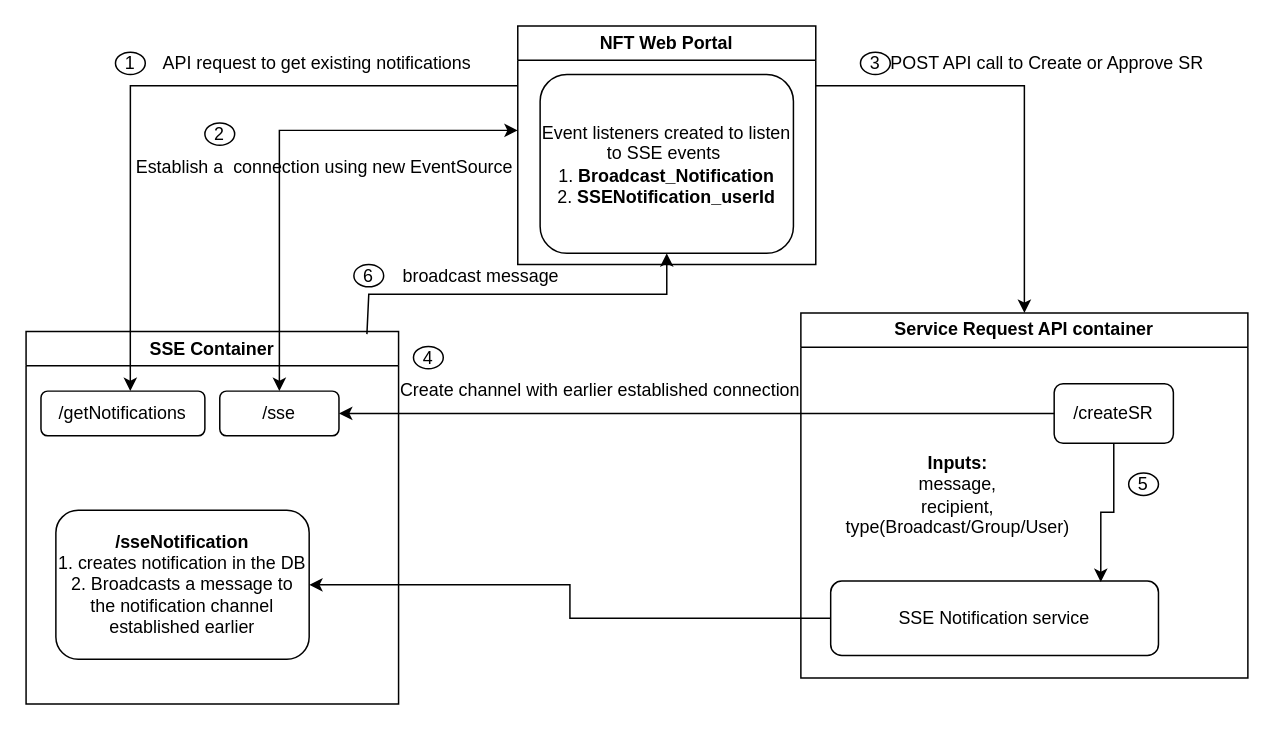
This is page "Page-6" (6 of 6) of Untitled Diagram.drawio from janmejayshah11/FirstRepo, a draw.io file, before an edit. Source tidied: cells renumbered, new cells numbered last; positions are measured from the earlier drawing's top-left corner, leaving out a move shared by most shapes. Both pictures are drawn from the tidied source at 149%, with x=0, y=0 at pixel (25, 25).
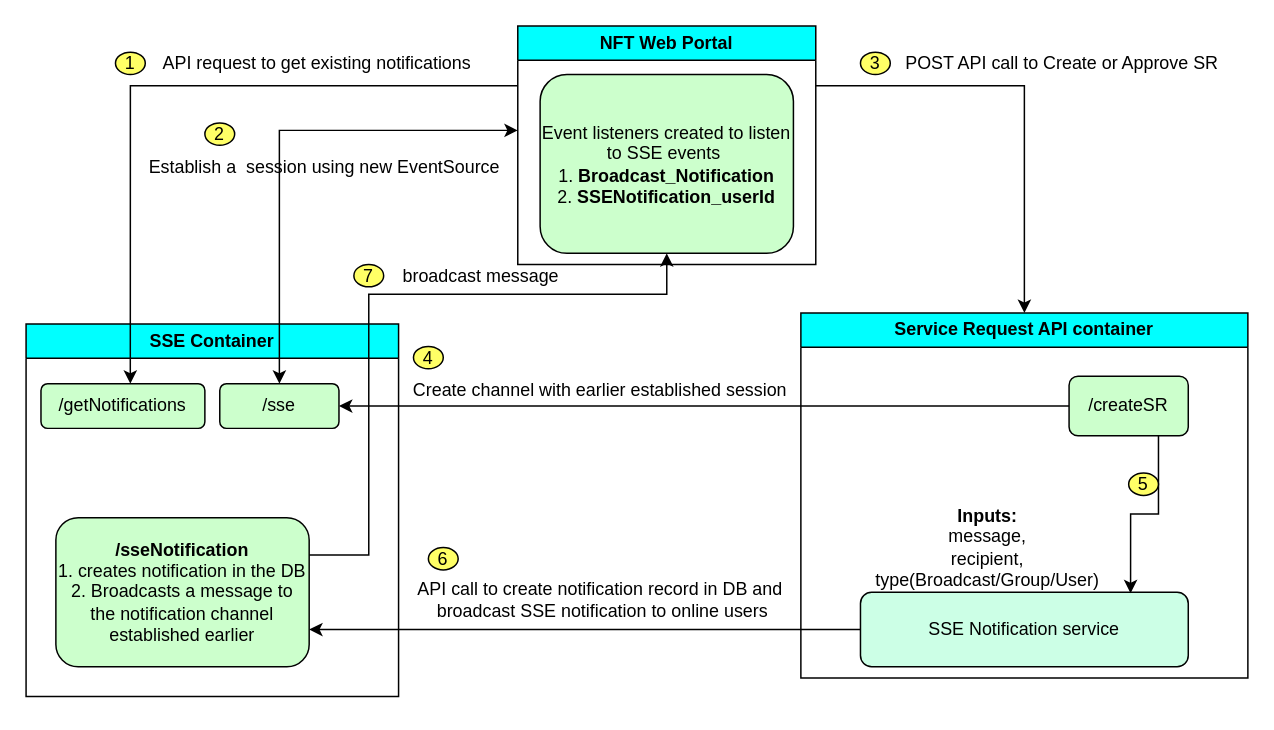
The same page after the edit.

The edit, as a diff of the source:
```diff
@@
-    <mxCell id="2" value="NFT Web Portal" style="swimlane;whiteSpace=wrap;html=1;" parent="1" vertex="1">
+    <mxCell id="2" value="NFT Web Portal" style="swimlane;whiteSpace=wrap;html=1;fillColor=#00FFFF;" parent="1" vertex="1">
       <mxGeometry x="330" width="200" height="160" as="geometry" />
     </mxCell>
-    <mxCell id="3" value="Event listeners created to listen to SSE events&amp;nbsp;&lt;br&gt;1. &lt;b&gt;Broadcast_Notification&lt;/b&gt;&lt;br&gt;2. &lt;b&gt;SSENotification_userId&lt;/b&gt;" style="rounded=1;whiteSpace=wrap;html=1;" parent="2" vertex="1">
+    <mxCell id="3" value="Event listeners created to listen to SSE events&amp;nbsp;&lt;br&gt;1. &lt;b&gt;Broadcast_Notification&lt;/b&gt;&lt;br&gt;2. &lt;b&gt;SSENotification_userId&lt;/b&gt;" style="rounded=1;whiteSpace=wrap;html=1;fillColor=#CCFFCC;" parent="2" vertex="1">
       <mxGeometry x="15" y="32.5" width="170" height="120" as="geometry" />
     </mxCell>
-    <mxCell id="4" value="SSE Container" style="swimlane;whiteSpace=wrap;html=1;" parent="1" vertex="1">
-      <mxGeometry y="205" width="250" height="250" as="geometry" />
+    <mxCell id="4" value="SSE Container" style="swimlane;whiteSpace=wrap;html=1;fillColor=#00FFFF;" parent="1" vertex="1">
+      <mxGeometry y="200" width="250" height="250" as="geometry" />
     </mxCell>
-    <mxCell id="5" value="/getNotifications" style="rounded=1;whiteSpace=wrap;html=1;" parent="4" vertex="1">
+    <mxCell id="5" value="/getNotifications" style="rounded=1;whiteSpace=wrap;html=1;fillColor=#CCFFCC;" parent="4" vertex="1">
       <mxGeometry x="10" y="40" width="110" height="30" as="geometry" />
     </mxCell>
-    <mxCell id="6" value="/sse" style="rounded=1;whiteSpace=wrap;html=1;" parent="4" vertex="1">
+    <mxCell id="6" value="/sse" style="rounded=1;whiteSpace=wrap;html=1;fillColor=#CCFFCC;" parent="4" vertex="1">
       <mxGeometry x="130" y="40" width="80" height="30" as="geometry" />
     </mxCell>
-    <mxCell id="7" value="&lt;b&gt;/sseNotification&lt;/b&gt;&lt;br&gt;1. creates notification in the DB&lt;br&gt;2. Broadcasts a message to the notification channel established earlier" style="rounded=1;whiteSpace=wrap;html=1;" parent="4" vertex="1">
-      <mxGeometry x="20" y="120" width="170" height="100" as="geometry" />
+    <mxCell id="7" value="&lt;b&gt;/sseNotification&lt;/b&gt;&lt;br&gt;1. creates notification in the DB&lt;br&gt;2. Broadcasts a message to the notification channel established earlier" style="rounded=1;whiteSpace=wrap;html=1;fillColor=#CCFFCC;" parent="4" vertex="1">
+      <mxGeometry x="20" y="130" width="170" height="100" as="geometry" />
     </mxCell>
-    <mxCell id="8" value="Service Request API container" style="swimlane;whiteSpace=wrap;html=1;" parent="1" vertex="1">
+    <mxCell id="8" value="Service Request API container" style="swimlane;whiteSpace=wrap;html=1;fillColor=#00FFFF;" parent="1" vertex="1">
       <mxGeometry x="520" y="192.5" width="300" height="245" as="geometry" />
     </mxCell>
-    <mxCell id="9" value="SSE Notification service" style="rounded=1;whiteSpace=wrap;html=1;" parent="8" vertex="1">
-      <mxGeometry x="20" y="180" width="220" height="50" as="geometry" />
+    <mxCell id="9" value="SSE Notification service" style="rounded=1;whiteSpace=wrap;html=1;fillColor=#CCFFE6;" parent="8" vertex="1">
+      <mxGeometry x="40" y="187.5" width="220" height="50" as="geometry" />
     </mxCell>
-    <mxCell id="10" style="edgeStyle=orthogonalEdgeStyle;rounded=0;jettySize=auto;html=1;exitX=0.5;exitY=1;exitDx=0;exitDy=0;entryX=0.824;entryY=0.013;entryDx=0;entryDy=0;entryPerimeter=0;" parent="8" edge="1" source="11" target="9">
+    <mxCell id="10" style="edgeStyle=orthogonalEdgeStyle;rounded=0;jettySize=auto;html=1;exitX=0.75;exitY=1;exitDx=0;exitDy=0;entryX=0.824;entryY=0.013;entryDx=0;entryDy=0;entryPerimeter=0;" parent="8" edge="1" source="11" target="9">
       <mxGeometry relative="1" as="geometry" />
     </mxCell>
-    <mxCell id="11" value="/createSR" style="rounded=1;whiteSpace=wrap;html=1;" parent="8" vertex="1">
-      <mxGeometry x="170" y="47.5" width="80" height="40" as="geometry" />
+    <mxCell id="11" value="/createSR" style="rounded=1;whiteSpace=wrap;html=1;fillColor=#CCFFCC;" parent="8" vertex="1">
+      <mxGeometry x="180" y="42.5" width="80" height="40" as="geometry" />
     </mxCell>
     <mxCell id="12" value="&lt;b&gt;Inputs:&lt;/b&gt;&lt;br&gt;message,&lt;br&gt;recipient,&lt;br&gt;type(Broadcast/Group/User)" style="text;html=1;align=center;verticalAlign=middle;strokeColor=none;fillColor=none;" parent="8" vertex="1">
-      <mxGeometry x="20" y="87.5" width="170" height="70" as="geometry" />
+      <mxGeometry x="40" y="122.5" width="170" height="70" as="geometry" />
     </mxCell>
-    <mxCell id="13" value="5" style="ellipse;whiteSpace=wrap;html=1;" parent="8" vertex="1">
+    <mxCell id="13" value="5" style="ellipse;whiteSpace=wrap;html=1;fillColor=#FFFF66;" parent="8" vertex="1">
       <mxGeometry x="220" y="107.5" width="20" height="15" as="geometry" />
     </mxCell>
@@
-    <mxCell id="15" value="1" style="ellipse;whiteSpace=wrap;html=1;" parent="1" vertex="1">
+    <mxCell id="15" value="1" style="ellipse;whiteSpace=wrap;html=1;fillColor=#FFFF66;" parent="1" vertex="1">
       <mxGeometry x="60" y="17.5" width="20" height="15" as="geometry" />
     </mxCell>
@@
-    <mxCell id="18" value="2" style="ellipse;whiteSpace=wrap;html=1;" parent="1" vertex="1">
+    <mxCell id="18" value="2" style="ellipse;whiteSpace=wrap;html=1;fillColor=#FFFF66;" parent="1" vertex="1">
       <mxGeometry x="120" y="65" width="20" height="15" as="geometry" />
     </mxCell>
-    <mxCell id="19" value="Establish a&amp;nbsp; connection using new EventSource" style="text;html=1;align=center;verticalAlign=middle;strokeColor=none;fillColor=none;" parent="1" vertex="1">
-      <mxGeometry x="60" y="80" width="280" height="30" as="geometry" />
+    <mxCell id="19" value="Establish a&amp;nbsp; session using new EventSource" style="text;html=1;align=center;verticalAlign=middle;strokeColor=none;fillColor=none;" parent="1" vertex="1">
+      <mxGeometry x="70" y="80" width="260" height="30" as="geometry" />
     </mxCell>
@@
-    <mxCell id="21" value="3" style="ellipse;whiteSpace=wrap;html=1;" parent="1" vertex="1">
+    <mxCell id="21" value="3" style="ellipse;whiteSpace=wrap;html=1;fillColor=#FFFF66;" parent="1" vertex="1">
       <mxGeometry x="560" y="17.5" width="20" height="15" as="geometry" />
     </mxCell>
     <mxCell id="22" value="POST API call to Create or Approve SR" style="text;html=1;align=center;verticalAlign=middle;strokeColor=none;fillColor=none;" parent="1" vertex="1">
-      <mxGeometry x="570" y="10" width="230" height="30" as="geometry" />
+      <mxGeometry x="580" y="10" width="230" height="30" as="geometry" />
     </mxCell>
@@
-    <mxCell id="24" value="Create channel with earlier established connection" style="text;html=1;align=center;verticalAlign=middle;strokeColor=none;fillColor=none;" parent="1" vertex="1">
-      <mxGeometry x="240" y="230" width="290" height="30" as="geometry" />
+    <mxCell id="24" value="Create channel with earlier established session" style="text;html=1;align=center;verticalAlign=middle;strokeColor=none;fillColor=none;" parent="1" vertex="1">
+      <mxGeometry x="250" y="230" width="270" height="30" as="geometry" />
     </mxCell>
-    <mxCell id="25" value="4" style="ellipse;whiteSpace=wrap;html=1;" parent="1" vertex="1">
+    <mxCell id="25" value="4" style="ellipse;whiteSpace=wrap;html=1;fillColor=#FFFF66;" parent="1" vertex="1">
       <mxGeometry x="260" y="215" width="20" height="15" as="geometry" />
     </mxCell>
-    <mxCell id="26" style="edgeStyle=orthogonalEdgeStyle;rounded=0;jettySize=auto;html=1;exitX=0;exitY=0.5;exitDx=0;exitDy=0;" parent="1" edge="1" source="9" target="7">
+    <mxCell id="26" style="edgeStyle=orthogonalEdgeStyle;rounded=0;jettySize=auto;html=1;exitX=0;exitY=0.5;exitDx=0;exitDy=0;entryX=1;entryY=0.75;entryDx=0;entryDy=0;" parent="1" edge="1" source="9" target="7">
       <mxGeometry relative="1" as="geometry" />
     </mxCell>
-    <mxCell id="27" value="6" style="ellipse;whiteSpace=wrap;html=1;" parent="1" vertex="1">
+    <mxCell id="27" value="7" style="ellipse;whiteSpace=wrap;html=1;fillColor=#FFFF66;" parent="1" vertex="1">
       <mxGeometry x="220" y="160" width="20" height="15" as="geometry" />
     </mxCell>
-    <mxCell id="28" style="endArrow=classic;html=1;rounded=0;entryX=0.5;entryY=1;entryDx=0;entryDy=0;exitX=0.915;exitY=0.007;exitDx=0;exitDy=0;exitPerimeter=0;" parent="1" edge="1" source="4" target="3">
+    <mxCell id="28" style="endArrow=classic;html=1;rounded=0;entryX=0.5;entryY=1;entryDx=0;entryDy=0;exitX=1;exitY=0.25;exitDx=0;exitDy=0;" parent="1" edge="1" source="7" target="3">
       <mxGeometry relative="1" as="geometry">
         <Array as="points">
+          <mxPoint x="230" y="355" />
           <mxPoint x="230" y="180" />
           <mxPoint x="430" y="180" />
         </Array>
       </mxGeometry>
     </mxCell>
@@
+    <mxCell id="30" value="6" style="ellipse;whiteSpace=wrap;html=1;fillColor=#FFFF66;" parent="1" vertex="1">
+      <mxGeometry x="270" y="350" width="20" height="15" as="geometry" />
+    </mxCell>
+    <mxCell id="31" value="API call to create notification record in DB and&lt;br&gt;&amp;nbsp;broadcast SSE notification to online users" style="text;html=1;align=center;verticalAlign=middle;strokeColor=none;fillColor=none;" parent="1" vertex="1">
+      <mxGeometry x="250" y="365" width="270" height="40" as="geometry" />
+    </mxCell>
```
